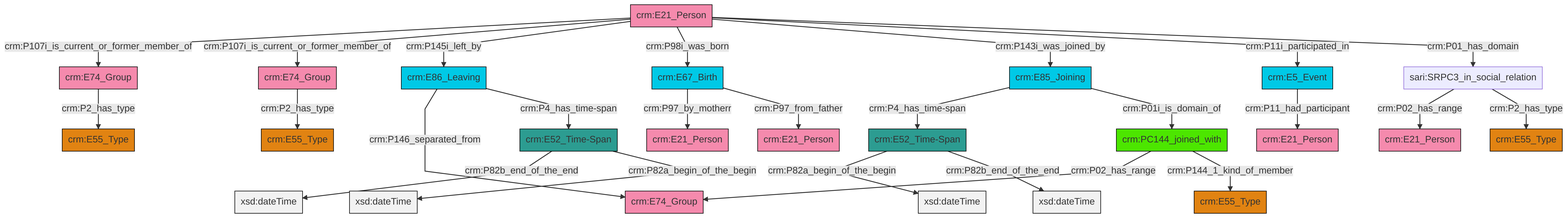
Before: et/personCSV/ttl/mmd/png/Person_Actor_Relations.png, a diagram exported from Mermaid (swiss-art-research-net/reference-data-models). Its source is kept beside it as et/personCSV/ttl/mmd/Person_Actor_Relations.ttl.mmd.
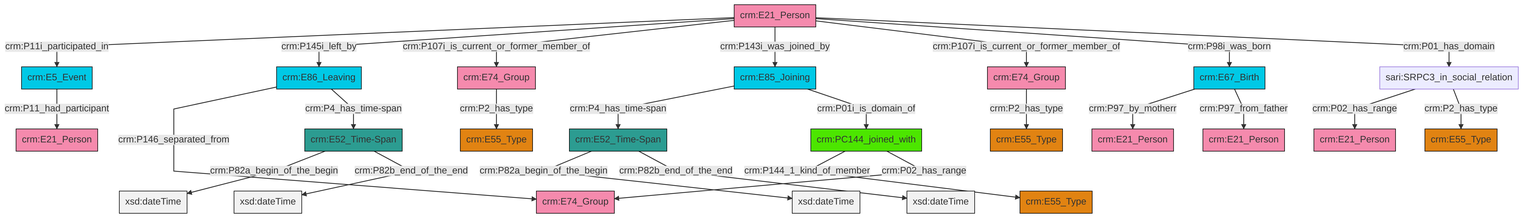
The same diagram one commit later.

The edit, as a diff of the source:
```diff
@@ -13,27 +13,27 @@
 classDef PC_Classes fill:#4ce600, stroke:#000000;
 classDef Multi fill:#cccccc,stroke:#000000;
 
-6["crm:E21_Person"]:::Actor -->|crm:P107i_is_current_or_former_member_of| 7["crm:E74_Group"]:::Actor
-8["crm:E86_Leaving"]:::Temporal_Entity -->|crm:P146_separated_from| 4["crm:E74_Group"]:::Actor
-9["crm:E52_Time-Span"]:::Time-Span -->|crm:P82b_end_of_the_end| 10[xsd:dateTime]:::Literal
-6["crm:E21_Person"]:::Actor -->|crm:P107i_is_current_or_former_member_of| 11["crm:E74_Group"]:::Actor
-16["crm:E85_Joining"]:::Temporal_Entity -->|crm:P4_has_time-span| 17["crm:E52_Time-Span"]:::Time-Span
-12["sari:SRPC3_in_social_relation"]:::Default -->|crm:P02_has_range| 18["crm:E21_Person"]:::Actor
-17["crm:E52_Time-Span"]:::Time-Span -->|crm:P82a_begin_of_the_begin| 19[xsd:dateTime]:::Literal
-22["crm:PC144_joined_with"]:::PC_Classes -->|crm:P02_has_range| 4["crm:E74_Group"]:::Actor
-14["crm:E67_Birth"]:::Temporal_Entity -->|crm:P97_by_motherr| 23["crm:E21_Person"]:::Actor
-17["crm:E52_Time-Span"]:::Time-Span -->|crm:P82b_end_of_the_end| 30[xsd:dateTime]:::Literal
-0["crm:E5_Event"]:::Temporal_Entity -->|crm:P11_had_participant| 31["crm:E21_Person"]:::Actor
-16["crm:E85_Joining"]:::Temporal_Entity -->|crm:P01i_is_domain_of| 22["crm:PC144_joined_with"]:::PC_Classes
-22["crm:PC144_joined_with"]:::PC_Classes -->|crm:P144_1_kind_of_member| 27["crm:E55_Type"]:::Type
-7["crm:E74_Group"]:::Actor -->|crm:P2_has_type| 2["crm:E55_Type"]:::Type
-6["crm:E21_Person"]:::Actor -->|crm:P145i_left_by| 8["crm:E86_Leaving"]:::Temporal_Entity
-6["crm:E21_Person"]:::Actor -->|crm:P98i_was_born| 14["crm:E67_Birth"]:::Temporal_Entity
-12["sari:SRPC3_in_social_relation"]:::Default -->|crm:P2_has_type| 35["crm:E55_Type"]:::Type
-8["crm:E86_Leaving"]:::Temporal_Entity -->|crm:P4_has_time-span| 9["crm:E52_Time-Span"]:::Time-Span
-6["crm:E21_Person"]:::Actor -->|crm:P143i_was_joined_by| 16["crm:E85_Joining"]:::Temporal_Entity
-9["crm:E52_Time-Span"]:::Time-Span -->|crm:P82a_begin_of_the_begin| 40[xsd:dateTime]:::Literal
-11["crm:E74_Group"]:::Actor -->|crm:P2_has_type| 20["crm:E55_Type"]:::Type
-6["crm:E21_Person"]:::Actor -->|crm:P11i_participated_in| 0["crm:E5_Event"]:::Temporal_Entity
-6["crm:E21_Person"]:::Actor -->|crm:P01_has_domain| 12["sari:SRPC3_in_social_relation"]:::Default
-14["crm:E67_Birth"]:::Temporal_Entity -->|crm:P97_from_father| 44["crm:E21_Person"]:::Actor
+2["crm:E85_Joining"]:::Temporal_Entity -->|crm:P4_has_time-span| 3["crm:E52_Time-Span"]:::Time-Span
+8["crm:E67_Birth"]:::Temporal_Entity -->|crm:P97_by_motherr| 9["crm:E21_Person"]:::Actor
+10["crm:E21_Person"]:::Actor -->|crm:P11i_participated_in| 11["crm:E5_Event"]:::Temporal_Entity
+10["crm:E21_Person"]:::Actor -->|crm:P145i_left_by| 12["crm:E86_Leaving"]:::Temporal_Entity
+10["crm:E21_Person"]:::Actor -->|crm:P107i_is_current_or_former_member_of| 17["crm:E74_Group"]:::Actor
+21["crm:E52_Time-Span"]:::Time-Span -->|crm:P82a_begin_of_the_begin| 22[xsd:dateTime]:::Literal
+8["crm:E67_Birth"]:::Temporal_Entity -->|crm:P97_from_father| 0["crm:E21_Person"]:::Actor
+10["crm:E21_Person"]:::Actor -->|crm:P143i_was_joined_by| 2["crm:E85_Joining"]:::Temporal_Entity
+3["crm:E52_Time-Span"]:::Time-Span -->|crm:P82a_begin_of_the_begin| 23[xsd:dateTime]:::Literal
+11["crm:E5_Event"]:::Temporal_Entity -->|crm:P11_had_participant| 25["crm:E21_Person"]:::Actor
+10["crm:E21_Person"]:::Actor -->|crm:P107i_is_current_or_former_member_of| 26["crm:E74_Group"]:::Actor
+12["crm:E86_Leaving"]:::Temporal_Entity -->|crm:P146_separated_from| 19["crm:E74_Group"]:::Actor
+29["crm:PC144_joined_with"]:::PC_Classes -->|crm:P144_1_kind_of_member| 30["crm:E55_Type"]:::Type
+6["sari:SRPC3_in_social_relation"]:::Default -->|crm:P02_has_range| 31["crm:E21_Person"]:::Actor
+2["crm:E85_Joining"]:::Temporal_Entity -->|crm:P01i_is_domain_of| 29["crm:PC144_joined_with"]:::PC_Classes
+21["crm:E52_Time-Span"]:::Time-Span -->|crm:P82b_end_of_the_end| 34[xsd:dateTime]:::Literal
+10["crm:E21_Person"]:::Actor -->|crm:P98i_was_born| 8["crm:E67_Birth"]:::Temporal_Entity
+3["crm:E52_Time-Span"]:::Time-Span -->|crm:P82b_end_of_the_end| 37[xsd:dateTime]:::Literal
+10["crm:E21_Person"]:::Actor -->|crm:P01_has_domain| 6["sari:SRPC3_in_social_relation"]:::Default
+12["crm:E86_Leaving"]:::Temporal_Entity -->|crm:P4_has_time-span| 21["crm:E52_Time-Span"]:::Time-Span
+6["sari:SRPC3_in_social_relation"]:::Default -->|crm:P2_has_type| 35["crm:E55_Type"]:::Type
+26["crm:E74_Group"]:::Actor -->|crm:P2_has_type| 4["crm:E55_Type"]:::Type
+17["crm:E74_Group"]:::Actor -->|crm:P2_has_type| 15["crm:E55_Type"]:::Type
+29["crm:PC144_joined_with"]:::PC_Classes -->|crm:P02_has_range| 19["crm:E74_Group"]:::Actor
```
